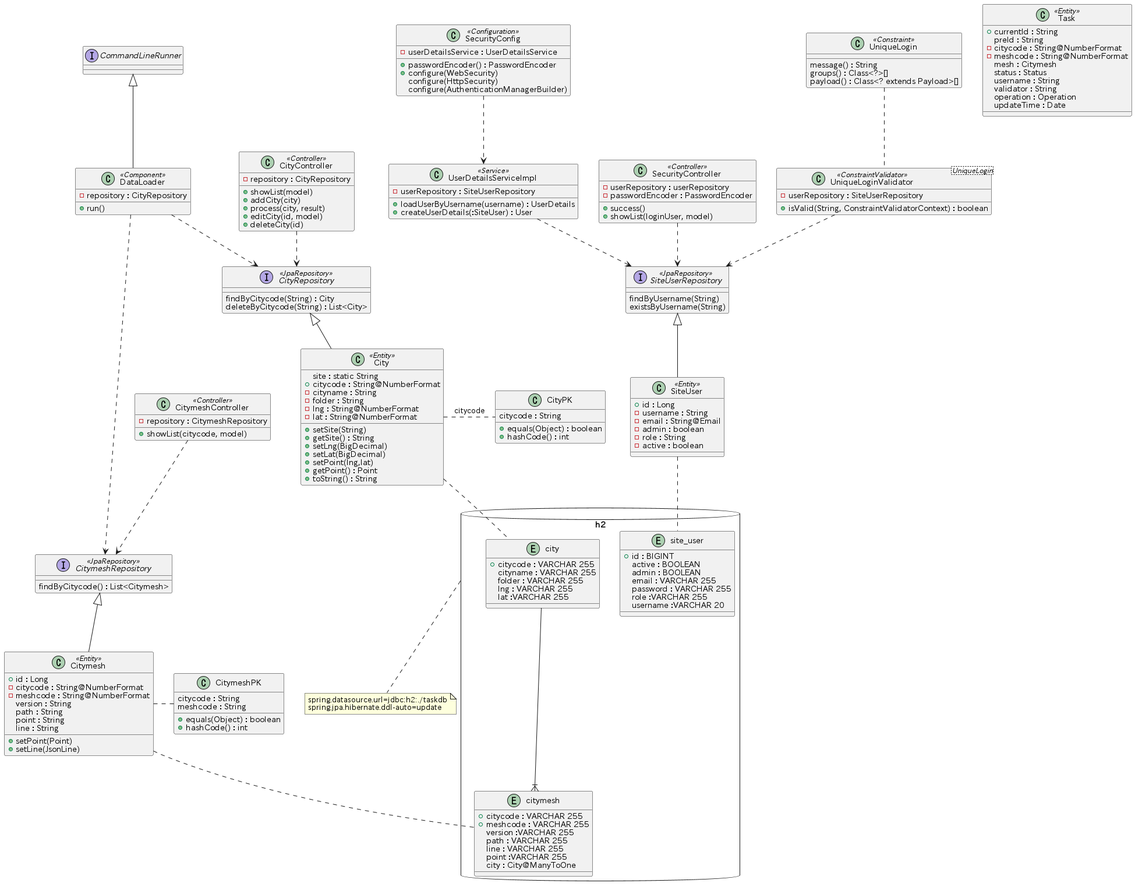
The PlantUML diagram class.png in yuuhayashi/task-bldg, before a commit.
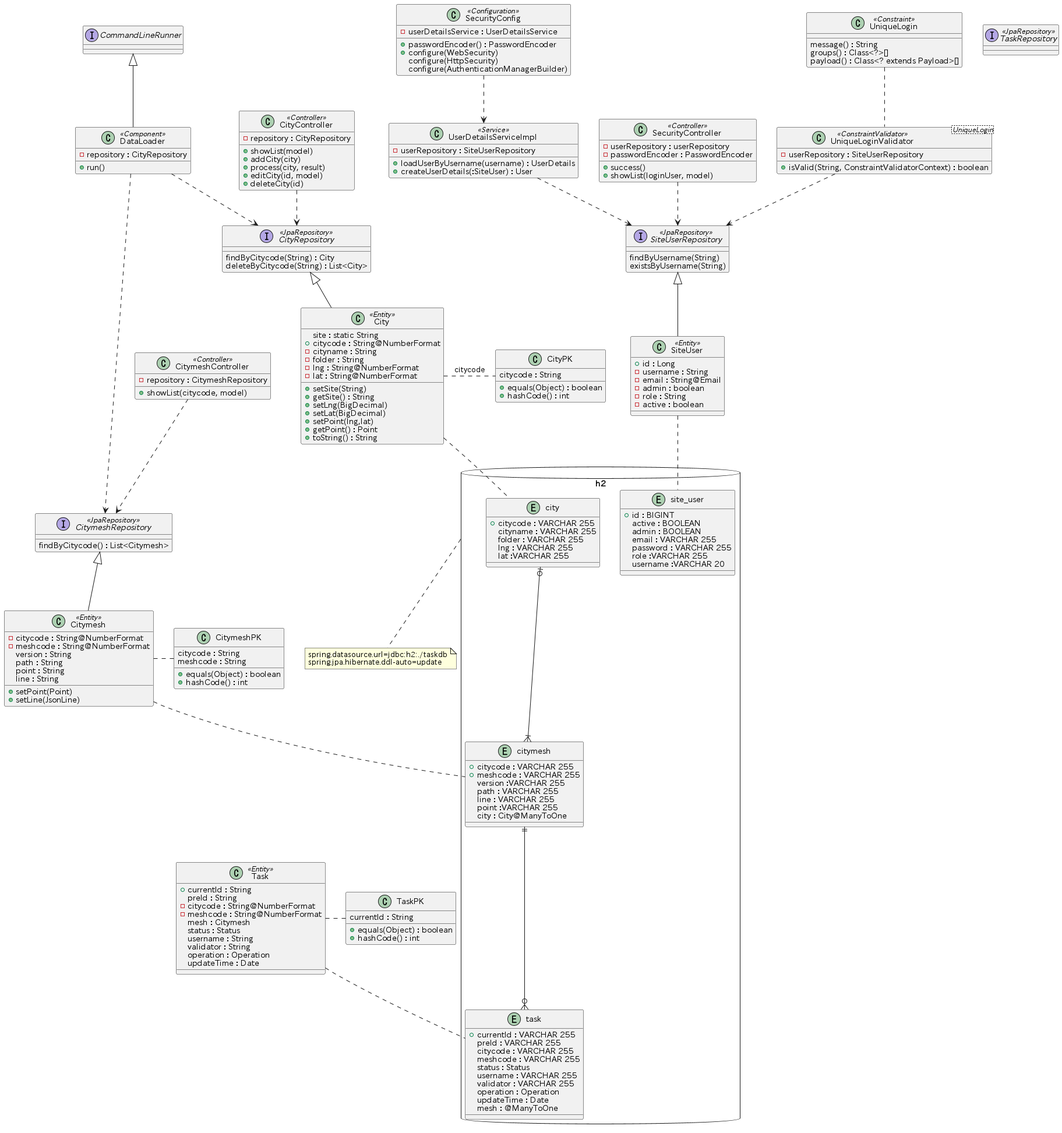
The same diagram one commit later.

What changed in the source:
```diff
@@ -28,7 +28,22 @@
 		point :VARCHAR 255
 		city : City@ManyToOne
 	}
-	city --|{ citymesh
+
+	city |o--|{ citymesh
+
+	entity task {
+		+currentId : VARCHAR 255
+		preId : VARCHAR 255
+		citycode : VARCHAR 255
+		meshcode : VARCHAR 255
+		status : Status
+		username : VARCHAR 255
+		validator : VARCHAR 255
+		operation : Operation
+		updateTime : Date
+		mesh : @ManyToOne
+	}
+	citymesh ||--o{ task
 }
 note bottom of db : spring.datasource.url=jdbc:h2:./taskdb\nspring.jpa.hibernate.ddl-auto=update
 
@@ -137,7 +152,6 @@
 CitymeshRepository <|-- Citymesh
 
 class Citymesh <<Entity>> {
-  + id : Long
   - citycode : String@NumberFormat
   - meshcode : String@NumberFormat
   version : String
@@ -168,6 +182,18 @@
   operation : Operation
   updateTime : Date
 }
+class TaskPK {
+	currentId : String
+	+ equals(Object) : boolean
+	+ hashCode() : int
+}
+
+Task .. task
+Task . TaskPK
+
+interface TaskRepository <<JpaRepository>> {
+}
+
 
 interface CommandLineRunner
 
```
